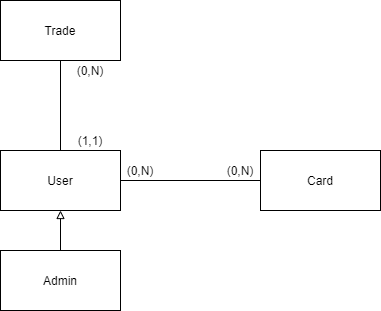
The draw.io diagram Documentation/ProjectUML-UML Analysis Cases.png in Plaza99/FantaManager, before a commit. Source tidied: cells renumbered, new cells last; positions are measured from the earlier drawing's top-left corner, leaving out a move shared by most shapes. The source it was exported from:
```xml
<mxGraphModel>
  <root>
    <mxCell id="0" />
    <mxCell id="1" parent="0" />
    <mxCell id="2" style="edgeStyle=orthogonalEdgeStyle;rounded=0;jettySize=auto;html=1;entryX=0;entryY=0.5;entryDx=0;entryDy=0;startArrow=none;startFill=0;endArrow=none;endFill=0;" parent="1" edge="1" source="4" target="7">
      <mxGeometry relative="1" as="geometry" />
    </mxCell>
    <mxCell id="3" style="edgeStyle=orthogonalEdgeStyle;rounded=0;jettySize=auto;html=1;entryX=0.5;entryY=1;entryDx=0;entryDy=0;startArrow=none;startFill=0;endArrow=none;endFill=0;" parent="1" edge="1" source="4" target="10">
      <mxGeometry relative="1" as="geometry" />
    </mxCell>
    <mxCell id="4" value="User" style="rounded=0;whiteSpace=wrap;html=1;" parent="1" vertex="1">
      <mxGeometry y="150" width="120" height="60" as="geometry" />
    </mxCell>
    <mxCell id="5" style="edgeStyle=orthogonalEdgeStyle;rounded=0;jettySize=auto;html=1;entryX=0.5;entryY=1;entryDx=0;entryDy=0;startArrow=none;startFill=0;endArrow=block;endFill=0;" parent="1" edge="1" source="6" target="4">
      <mxGeometry relative="1" as="geometry" />
    </mxCell>
    <mxCell id="6" value="Admin" style="rounded=0;whiteSpace=wrap;html=1;" parent="1" vertex="1">
      <mxGeometry y="250" width="120" height="60" as="geometry" />
    </mxCell>
    <mxCell id="7" value="Card" style="rounded=0;whiteSpace=wrap;html=1;" parent="1" vertex="1">
      <mxGeometry x="260" y="150" width="120" height="60" as="geometry" />
    </mxCell>
    <mxCell id="8" value="(0,N)" style="text;html=1;strokeColor=none;fillColor=none;align=center;verticalAlign=middle;whiteSpace=wrap;rounded=0;" parent="1" vertex="1">
      <mxGeometry x="220" y="160" width="40" height="20" as="geometry" />
    </mxCell>
    <mxCell id="9" value="(0,N)" style="text;html=1;strokeColor=none;fillColor=none;align=center;verticalAlign=middle;whiteSpace=wrap;rounded=0;" parent="1" vertex="1">
      <mxGeometry x="120" y="160" width="40" height="20" as="geometry" />
    </mxCell>
    <mxCell id="10" value="Trade" style="rounded=0;whiteSpace=wrap;html=1;" parent="1" vertex="1">
      <mxGeometry width="120" height="60" as="geometry" />
    </mxCell>
    <mxCell id="11" value="(1,1)" style="text;html=1;strokeColor=none;fillColor=none;align=center;verticalAlign=middle;whiteSpace=wrap;rounded=0;" parent="1" vertex="1">
      <mxGeometry x="70" y="130" width="40" height="20" as="geometry" />
    </mxCell>
    <mxCell id="12" value="(0,N)" style="text;html=1;strokeColor=none;fillColor=none;align=center;verticalAlign=middle;whiteSpace=wrap;rounded=0;" parent="1" vertex="1">
      <mxGeometry x="70" y="60" width="40" height="20" as="geometry" />
    </mxCell>
  </root>
</mxGraphModel>
```
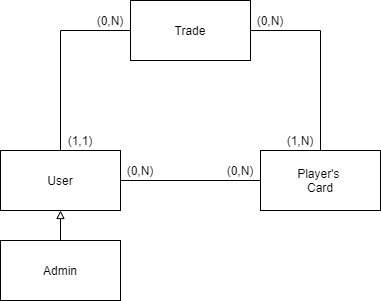
After the commit.

Diff of the diagram source:
```diff
@@ -5,7 +5,7 @@
     <mxCell id="2" style="edgeStyle=orthogonalEdgeStyle;rounded=0;jettySize=auto;html=1;entryX=0;entryY=0.5;entryDx=0;entryDy=0;startArrow=none;startFill=0;endArrow=none;endFill=0;" parent="1" edge="1" source="4" target="7">
       <mxGeometry relative="1" as="geometry" />
     </mxCell>
-    <mxCell id="3" style="edgeStyle=orthogonalEdgeStyle;rounded=0;jettySize=auto;html=1;entryX=0.5;entryY=1;entryDx=0;entryDy=0;startArrow=none;startFill=0;endArrow=none;endFill=0;" parent="1" edge="1" source="4" target="10">
+    <mxCell id="3" style="edgeStyle=orthogonalEdgeStyle;rounded=0;jettySize=auto;html=1;entryX=0;entryY=0.5;entryDx=0;entryDy=0;startArrow=none;startFill=0;endArrow=none;endFill=0;exitX=0.5;exitY=0;exitDx=0;exitDy=0;" parent="1" edge="1" source="4" target="10">
       <mxGeometry relative="1" as="geometry" />
     </mxCell>
     <mxCell id="4" value="User" style="rounded=0;whiteSpace=wrap;html=1;" parent="1" vertex="1">
@@ -15,9 +15,9 @@
       <mxGeometry relative="1" as="geometry" />
     </mxCell>
     <mxCell id="6" value="Admin" style="rounded=0;whiteSpace=wrap;html=1;" parent="1" vertex="1">
-      <mxGeometry y="250" width="120" height="60" as="geometry" />
+      <mxGeometry y="240" width="120" height="60" as="geometry" />
     </mxCell>
-    <mxCell id="7" value="Card" style="rounded=0;whiteSpace=wrap;html=1;" parent="1" vertex="1">
+    <mxCell id="7" value="Player's &lt;br&gt;Card" style="rounded=0;whiteSpace=wrap;html=1;" parent="1" vertex="1">
       <mxGeometry x="260" y="150" width="120" height="60" as="geometry" />
     </mxCell>
     <mxCell id="8" value="(0,N)" style="text;html=1;strokeColor=none;fillColor=none;align=center;verticalAlign=middle;whiteSpace=wrap;rounded=0;" parent="1" vertex="1">
@@ -26,14 +26,23 @@
     <mxCell id="9" value="(0,N)" style="text;html=1;strokeColor=none;fillColor=none;align=center;verticalAlign=middle;whiteSpace=wrap;rounded=0;" parent="1" vertex="1">
       <mxGeometry x="120" y="160" width="40" height="20" as="geometry" />
     </mxCell>
+    <mxCell id="13" style="edgeStyle=orthogonalEdgeStyle;rounded=0;jettySize=auto;html=1;exitX=1;exitY=0.5;exitDx=0;exitDy=0;entryX=0.5;entryY=0;entryDx=0;entryDy=0;endArrow=none;endFill=0;" parent="1" edge="1" source="10" target="7">
+      <mxGeometry relative="1" as="geometry" />
+    </mxCell>
     <mxCell id="10" value="Trade" style="rounded=0;whiteSpace=wrap;html=1;" parent="1" vertex="1">
-      <mxGeometry width="120" height="60" as="geometry" />
+      <mxGeometry x="130" width="120" height="60" as="geometry" />
     </mxCell>
     <mxCell id="11" value="(1,1)" style="text;html=1;strokeColor=none;fillColor=none;align=center;verticalAlign=middle;whiteSpace=wrap;rounded=0;" parent="1" vertex="1">
-      <mxGeometry x="70" y="130" width="40" height="20" as="geometry" />
+      <mxGeometry x="60" y="130" width="40" height="20" as="geometry" />
     </mxCell>
     <mxCell id="12" value="(0,N)" style="text;html=1;strokeColor=none;fillColor=none;align=center;verticalAlign=middle;whiteSpace=wrap;rounded=0;" parent="1" vertex="1">
-      <mxGeometry x="70" y="60" width="40" height="20" as="geometry" />
+      <mxGeometry x="250" y="10" width="40" height="20" as="geometry" />
     </mxCell>
+    <mxCell id="14" value="(1,N)" style="text;html=1;strokeColor=none;fillColor=none;align=center;verticalAlign=middle;whiteSpace=wrap;rounded=0;" parent="1" vertex="1">
+      <mxGeometry x="280" y="130" width="40" height="20" as="geometry" />
+    </mxCell>
+    <mxCell id="15" value="(0,N)" style="text;html=1;strokeColor=none;fillColor=none;align=center;verticalAlign=middle;whiteSpace=wrap;rounded=0;" parent="1" vertex="1">
+      <mxGeometry x="90" y="10" width="40" height="20" as="geometry" />
+    </mxCell>
   </root>
 </mxGraphModel>
```
